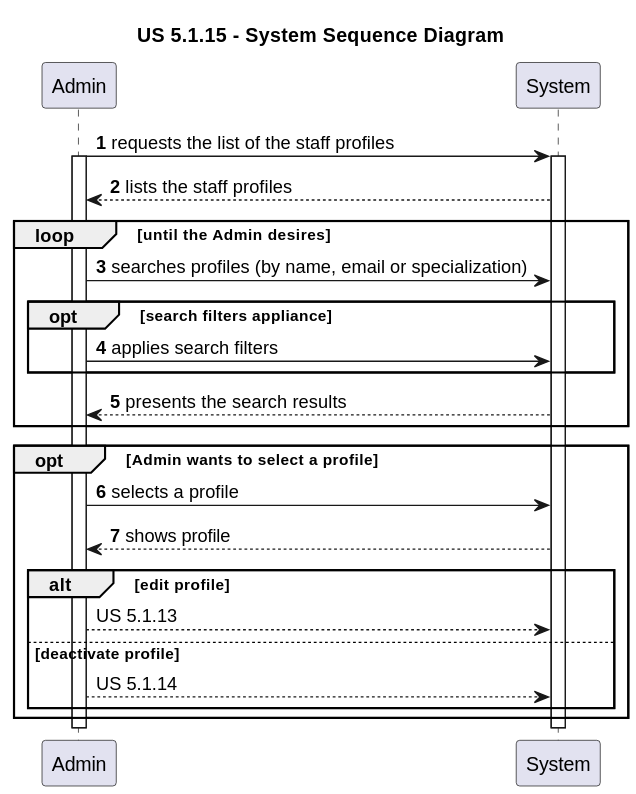
rita-barbosa/LAPR5-2425 keeps this PlantUML diagram as docs/sprint-1/1220683/us-5.1.15/diagrams/SSD/us_5.1.15_system_sequence_diagram.svg. Above is the earlier version. The source it was exported from:
```plantuml
@startuml

title "US 5.1.15 - System Sequence Diagram"

autonumber

participant Admin as ADM
participant System as SYS

ADM -> SYS : requests the list of the staff profiles
activate ADM
activate SYS

SYS --> ADM : lists the staff profiles

    loop until the Admin desires
    ADM -> SYS : searches profiles (by name, email or specialization)

        opt search filters appliance
        ADM -> SYS : applies search filters
        end opt

    SYS --> ADM : presents the search results
    end loop

    opt Admin wants to select a profile

    ADM -> SYS : selects a profile
    SYS --> ADM : shows profile

autonumber stop
        alt edit profile

        ADM --> SYS : US 5.1.13

        else deactivate profile

            ADM --> SYS : US 5.1.14

        end alt

    end opt

autonumber stop

deactivate ADM
deactivate SYS
@enduml
```
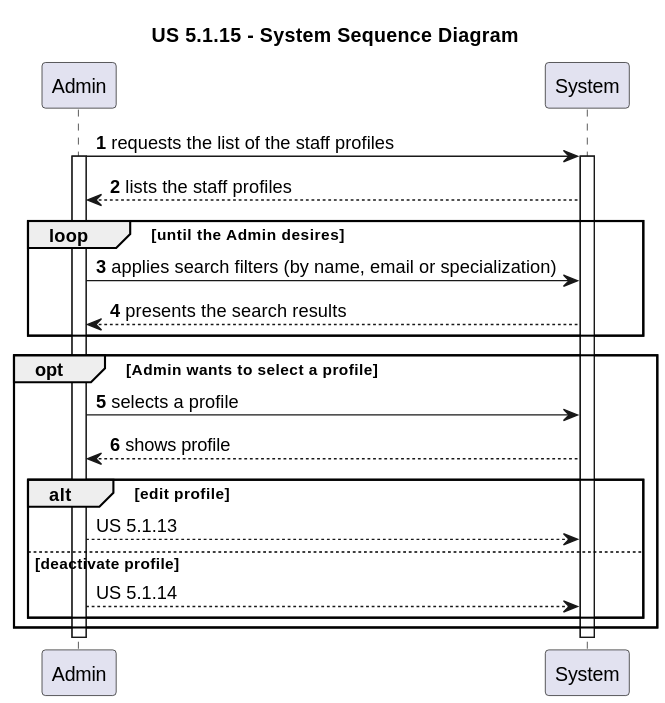
After the change.

The edit, as a diff of the source:
```diff
@@ -14,11 +14,8 @@
 SYS --> ADM : lists the staff profiles
 
     loop until the Admin desires
-    ADM -> SYS : searches profiles (by name, email or specialization)
 
-        opt search filters appliance
-        ADM -> SYS : applies search filters
-        end opt
+    ADM -> SYS : applies search filters (by name, email or specialization)
 
     SYS --> ADM : presents the search results
     end loop
```
